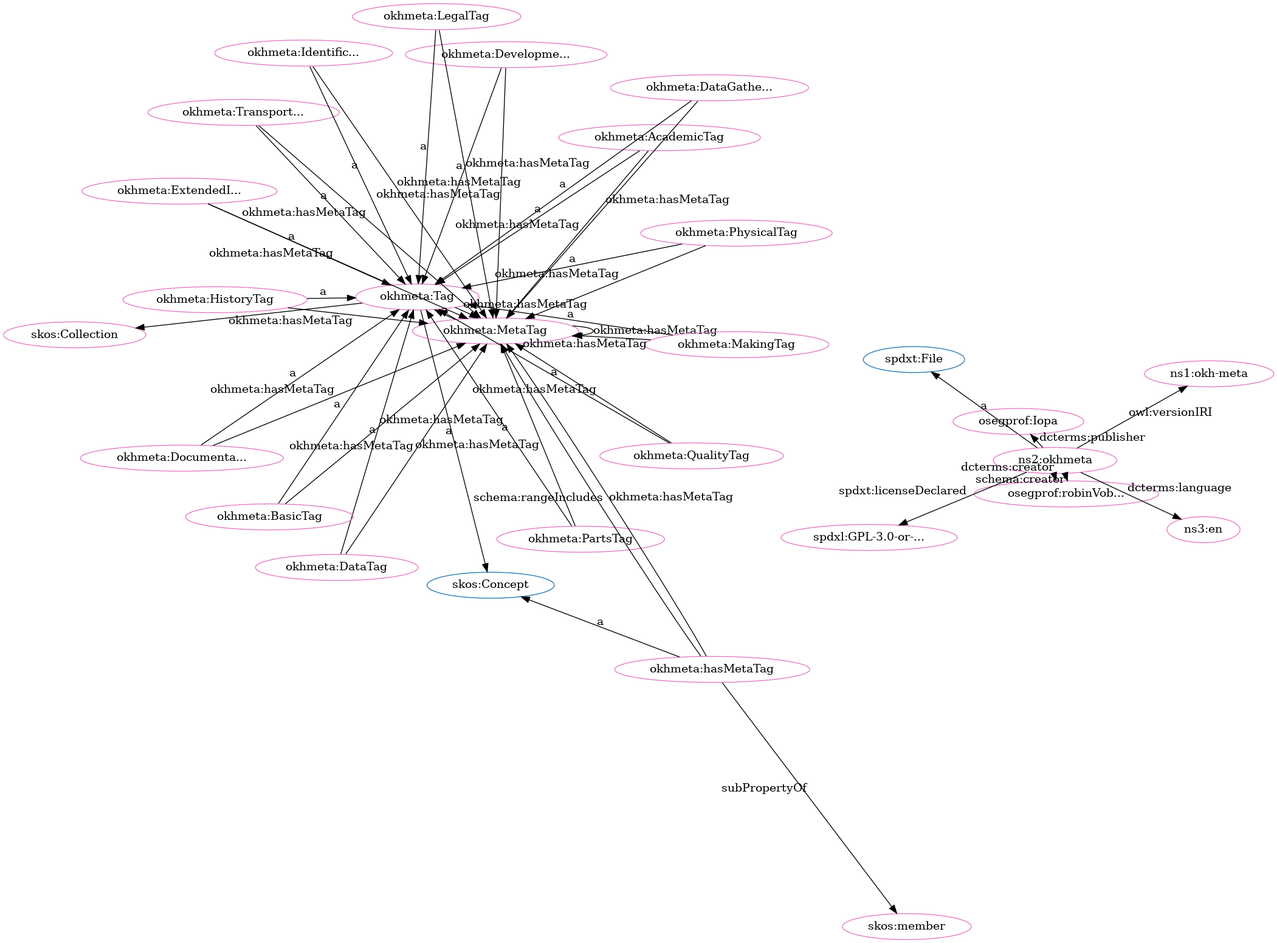
The Graphviz diagram src/spec/dot_okh-meta-clean.png in iop-alliance/OpenKnowHow, before a commit. Its source is kept beside it as src/spec/dot_okh-meta-clean.dot.
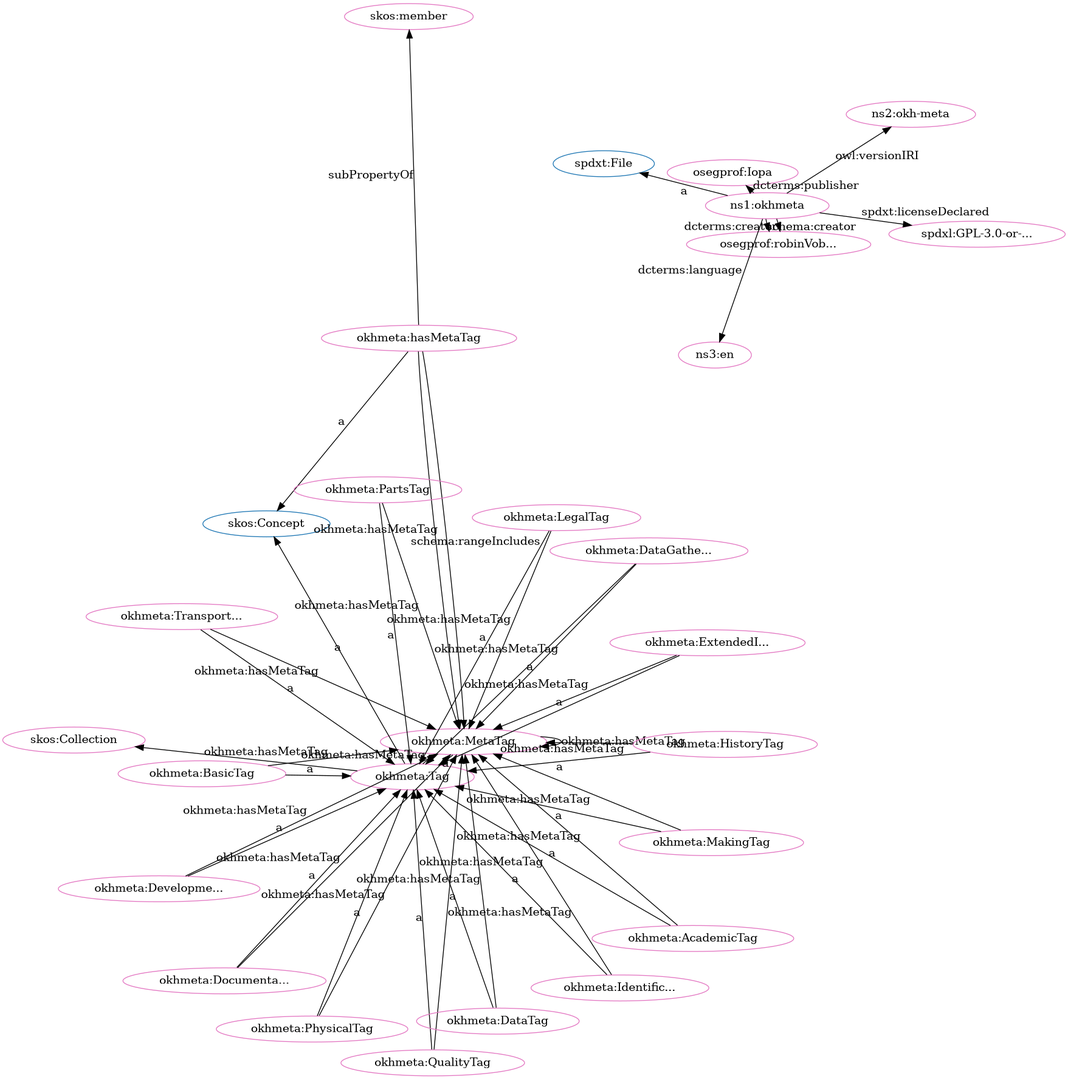
The same diagram one commit later.

Diff of the diagram source:
```diff
@@ -2,80 +2,80 @@
   rankdir=BT
   node[height=.3]
 "http://spdx.org/rdf/terms#File" [fillcolor="#1f77b4" color="#1f77b4" label="spdxt:File"]
+"https://w3id.org/oseg/ont/okhmeta#MetaTag" [fillcolor="#1f77b4" color="#1f77b4" label="okhmeta:MetaTag"]
+"http://www.w3.org/2004/02/skos/core#Collection" [fillcolor="#1f77b4" color="#1f77b4" label="skos:Collection"]
 "https://w3id.org/oseg/ont/okhmeta#Tag" [fillcolor="#1f77b4" color="#1f77b4" label="okhmeta:Tag"]
-"http://www.w3.org/2004/02/skos/core#Collection" [fillcolor="#1f77b4" color="#1f77b4" label="skos:Collection"]
 "http://www.w3.org/2004/02/skos/core#Concept" [fillcolor="#1f77b4" color="#1f77b4" label="skos:Concept"]
-"https://w3id.org/oseg/ont/okhmeta#MetaTag" [fillcolor="#1f77b4" color="#1f77b4" label="okhmeta:MetaTag"]
-"https://w3id.org/oseg/ont/okhmeta#MakingTag" [fillcolor="#e377c2" color="#e377c2" label="okhmeta:MakingTag"]
-"https://w3id.org/oseg/ont/okhmeta#HistoryTag" [fillcolor="#e377c2" color="#e377c2" label="okhmeta:HistoryTag"]
-"https://w3id.org/oseg/ont/okhmeta#DataTag" [fillcolor="#e377c2" color="#e377c2" label="okhmeta:DataTag"]
+"https://w3id.org/oseg/ont/okhmeta#LegalTag" [fillcolor="#e377c2" color="#e377c2" label="okhmeta:LegalTag"]
+"https://w3id.org/oseg/ont/oseg-profiles#robinVobruba" [fillcolor="#e377c2" color="#e377c2" label="osegprof:robinVob..."]
+"https://w3id.org/oseg/ont/okhmeta#MetaTag" [fillcolor="#e377c2" color="#e377c2" label="okhmeta:MetaTag"]
+"https://w3id.org/oseg/ont/okhmeta#hasMetaTag" [fillcolor="#e377c2" color="#e377c2" label="okhmeta:hasMetaTag"]
+"https://w3id.org/oseg/ont/okhmeta" [fillcolor="#e377c2" color="#e377c2" label="ns1:okhmeta"]
+"https://w3id.org/oseg/ont/okhmeta#PhysicalTag" [fillcolor="#e377c2" color="#e377c2" label="okhmeta:PhysicalTag"]
+"https://w3id.org/oseg/ont/okhmeta#PartsTag" [fillcolor="#e377c2" color="#e377c2" label="okhmeta:PartsTag"]
 "https://w3id.org/oseg/ont/okhmeta#QualityTag" [fillcolor="#e377c2" color="#e377c2" label="okhmeta:QualityTag"]
-"https://w3id.org/oseg/ont/okhmeta#MetaTag" [fillcolor="#e377c2" color="#e377c2" label="okhmeta:MetaTag"]
-"https://w3id.org/oseg/ont/1.1.0/okh-meta" [fillcolor="#e377c2" color="#e377c2" label="ns1:okh-meta"]
-"https://w3id.org/oseg/ont/oseg-profiles#robinVobruba" [fillcolor="#e377c2" color="#e377c2" label="osegprof:robinVob..."]
-"https://w3id.org/oseg/ont/okhmeta#BasicTag" [fillcolor="#e377c2" color="#e377c2" label="okhmeta:BasicTag"]
-"https://w3id.org/oseg/ont/okhmeta#PhysicalTag" [fillcolor="#e377c2" color="#e377c2" label="okhmeta:PhysicalTag"]
 "http://www.w3.org/2004/02/skos/core#Collection" [fillcolor="#e377c2" color="#e377c2" label="skos:Collection"]
 "https://w3id.org/oseg/ont/okhmeta#DocumentationTag" [fillcolor="#e377c2" color="#e377c2" label="okhmeta:Documenta..."]
+"http://www.w3.org/2004/02/skos/core#member" [fillcolor="#e377c2" color="#e377c2" label="skos:member"]
+"https://w3id.org/oseg/ont/oseg-profiles#Iopa" [fillcolor="#e377c2" color="#e377c2" label="osegprof:Iopa"]
+"https://w3id.org/oseg/ont/okhmeta#DataTag" [fillcolor="#e377c2" color="#e377c2" label="okhmeta:DataTag"]
+"https://w3id.org/oseg/ont/okhmeta#Tag" [fillcolor="#e377c2" color="#e377c2" label="okhmeta:Tag"]
+"https://spdx.org/licenses/GPL-3.0-or-later" [fillcolor="#e377c2" color="#e377c2" label="spdxl:GPL-3.0-or-..."]
+"https://w3id.org/oseg/ont/okhmeta#ExtendedInfoTag" [fillcolor="#e377c2" color="#e377c2" label="okhmeta:ExtendedI..."]
 "https://w3id.org/oseg/ont/okhmeta#TransportationTag" [fillcolor="#e377c2" color="#e377c2" label="okhmeta:Transport..."]
-"https://w3id.org/oseg/ont/okhmeta#PartsTag" [fillcolor="#e377c2" color="#e377c2" label="okhmeta:PartsTag"]
+"https://w3id.org/oseg/ont/okhmeta#DataGatheringTag" [fillcolor="#e377c2" color="#e377c2" label="okhmeta:DataGathe..."]
 "https://w3id.org/oseg/ont/okhmeta#AcademicTag" [fillcolor="#e377c2" color="#e377c2" label="okhmeta:AcademicTag"]
+"https://w3id.org/oseg/ont/1.1.0/okh-meta" [fillcolor="#e377c2" color="#e377c2" label="ns2:okh-meta"]
+"https://w3id.org/oseg/ont/okhmeta#MakingTag" [fillcolor="#e377c2" color="#e377c2" label="okhmeta:MakingTag"]
+"http://id.loc.gov/vocabulary/iso639-1/en" [fillcolor="#e377c2" color="#e377c2" label="ns3:en"]
+"https://w3id.org/oseg/ont/okhmeta#BasicTag" [fillcolor="#e377c2" color="#e377c2" label="okhmeta:BasicTag"]
+"https://w3id.org/oseg/ont/okhmeta#IdentificationTag" [fillcolor="#e377c2" color="#e377c2" label="okhmeta:Identific..."]
 "https://w3id.org/oseg/ont/okhmeta#DevelopmentTag" [fillcolor="#e377c2" color="#e377c2" label="okhmeta:Developme..."]
-"https://w3id.org/oseg/ont/okhmeta#ExtendedInfoTag" [fillcolor="#e377c2" color="#e377c2" label="okhmeta:ExtendedI..."]
-"https://w3id.org/oseg/ont/okhmeta#hasMetaTag" [fillcolor="#e377c2" color="#e377c2" label="okhmeta:hasMetaTag"]
-"https://w3id.org/oseg/ont/okhmeta" [fillcolor="#e377c2" color="#e377c2" label="ns2:okhmeta"]
-"http://www.w3.org/2004/02/skos/core#member" [fillcolor="#e377c2" color="#e377c2" label="skos:member"]
-"https://w3id.org/oseg/ont/okhmeta#DataGatheringTag" [fillcolor="#e377c2" color="#e377c2" label="okhmeta:DataGathe..."]
-"http://id.loc.gov/vocabulary/iso639-1/en" [fillcolor="#e377c2" color="#e377c2" label="ns3:en"]
-"https://w3id.org/oseg/ont/okhmeta#LegalTag" [fillcolor="#e377c2" color="#e377c2" label="okhmeta:LegalTag"]
-"https://w3id.org/oseg/ont/okhmeta#Tag" [fillcolor="#e377c2" color="#e377c2" label="okhmeta:Tag"]
-"https://w3id.org/oseg/ont/oseg-profiles#Iopa" [fillcolor="#e377c2" color="#e377c2" label="osegprof:Iopa"]
-"https://spdx.org/licenses/GPL-3.0-or-later" [fillcolor="#e377c2" color="#e377c2" label="spdxl:GPL-3.0-or-..."]
-"https://w3id.org/oseg/ont/okhmeta#IdentificationTag" [fillcolor="#e377c2" color="#e377c2" label="okhmeta:Identific..."]
-  "https://w3id.org/oseg/ont/okhmeta#MakingTag" -> "https://w3id.org/oseg/ont/okhmeta#Tag" [label="a"]
-  "https://w3id.org/oseg/ont/okhmeta#DataTag" -> "https://w3id.org/oseg/ont/okhmeta#Tag" [label="a"]
+"https://w3id.org/oseg/ont/okhmeta#HistoryTag" [fillcolor="#e377c2" color="#e377c2" label="okhmeta:HistoryTag"]
+  "https://w3id.org/oseg/ont/okhmeta#LegalTag" -> "https://w3id.org/oseg/ont/okhmeta#Tag" [label="a"]
+  "https://w3id.org/oseg/ont/okhmeta" -> "https://w3id.org/oseg/ont/oseg-profiles#robinVobruba" [label="dcterms:creator"]
+  "https://w3id.org/oseg/ont/okhmeta" -> "https://w3id.org/oseg/ont/oseg-profiles#robinVobruba" [label="schema:creator"]
+  "https://w3id.org/oseg/ont/okhmeta#hasMetaTag" -> "http://www.w3.org/2004/02/skos/core#Concept" [label="a"]
+  "https://w3id.org/oseg/ont/okhmeta#IdentificationTag" -> "https://w3id.org/oseg/ont/okhmeta#MetaTag" [label="okhmeta:hasMetaTag"]
   "https://w3id.org/oseg/ont/okhmeta#QualityTag" -> "https://w3id.org/oseg/ont/okhmeta#Tag" [label="a"]
-  "https://w3id.org/oseg/ont/okhmeta#BasicTag" -> "https://w3id.org/oseg/ont/okhmeta#Tag" [label="a"]
+  "https://w3id.org/oseg/ont/okhmeta#MetaTag" -> "https://w3id.org/oseg/ont/okhmeta#Tag" [label="a"]
+  "https://w3id.org/oseg/ont/okhmeta#Tag" -> "http://www.w3.org/2004/02/skos/core#Collection" [label=""]
+  "https://w3id.org/oseg/ont/okhmeta#hasMetaTag" -> "http://www.w3.org/2004/02/skos/core#member" [label="subPropertyOf"]
+  "https://w3id.org/oseg/ont/okhmeta#hasMetaTag" -> "https://w3id.org/oseg/ont/okhmeta#MetaTag" [label="schema:rangeIncludes"]
+  "https://w3id.org/oseg/ont/okhmeta" -> "https://w3id.org/oseg/ont/oseg-profiles#Iopa" [label="dcterms:publisher"]
+  "https://w3id.org/oseg/ont/okhmeta" -> "https://spdx.org/licenses/GPL-3.0-or-later" [label="spdxt:licenseDeclared"]
+  "https://w3id.org/oseg/ont/okhmeta#ExtendedInfoTag" -> "https://w3id.org/oseg/ont/okhmeta#Tag" [label="a"]
+  "https://w3id.org/oseg/ont/okhmeta#DevelopmentTag" -> "https://w3id.org/oseg/ont/okhmeta#MetaTag" [label="okhmeta:hasMetaTag"]
+  "https://w3id.org/oseg/ont/okhmeta#HistoryTag" -> "https://w3id.org/oseg/ont/okhmeta#MetaTag" [label="okhmeta:hasMetaTag"]
+  "https://w3id.org/oseg/ont/okhmeta#DataGatheringTag" -> "https://w3id.org/oseg/ont/okhmeta#Tag" [label="a"]
+  "https://w3id.org/oseg/ont/okhmeta#AcademicTag" -> "https://w3id.org/oseg/ont/okhmeta#Tag" [label="a"]
+  "https://w3id.org/oseg/ont/okhmeta#PhysicalTag" -> "https://w3id.org/oseg/ont/okhmeta#MetaTag" [label="okhmeta:hasMetaTag"]
+  "https://w3id.org/oseg/ont/okhmeta#AcademicTag" -> "https://w3id.org/oseg/ont/okhmeta#MetaTag" [label="okhmeta:hasMetaTag"]
+  "https://w3id.org/oseg/ont/okhmeta#DevelopmentTag" -> "https://w3id.org/oseg/ont/okhmeta#Tag" [label="a"]
+  "https://w3id.org/oseg/ont/okhmeta#HistoryTag" -> "https://w3id.org/oseg/ont/okhmeta#Tag" [label="a"]
+  "https://w3id.org/oseg/ont/okhmeta#DataGatheringTag" -> "https://w3id.org/oseg/ont/okhmeta#MetaTag" [label="okhmeta:hasMetaTag"]
+  "https://w3id.org/oseg/ont/okhmeta" -> "http://spdx.org/rdf/terms#File" [label="a"]
   "https://w3id.org/oseg/ont/okhmeta#PhysicalTag" -> "https://w3id.org/oseg/ont/okhmeta#Tag" [label="a"]
-  "https://w3id.org/oseg/ont/okhmeta#Tag" -> "http://www.w3.org/2004/02/skos/core#Collection" [label=""]
+  "https://w3id.org/oseg/ont/okhmeta#PartsTag" -> "https://w3id.org/oseg/ont/okhmeta#Tag" [label="a"]
+  "https://w3id.org/oseg/ont/okhmeta#Tag" -> "https://w3id.org/oseg/ont/okhmeta#MetaTag" [label="okhmeta:hasMetaTag"]
   "https://w3id.org/oseg/ont/okhmeta#PartsTag" -> "https://w3id.org/oseg/ont/okhmeta#MetaTag" [label="okhmeta:hasMetaTag"]
-  "https://w3id.org/oseg/ont/okhmeta#AcademicTag" -> "https://w3id.org/oseg/ont/okhmeta#MetaTag" [label="okhmeta:hasMetaTag"]
-  "https://w3id.org/oseg/ont/okhmeta#hasMetaTag" -> "https://w3id.org/oseg/ont/okhmeta#MetaTag" [label="schema:rangeIncludes"]
-  "https://w3id.org/oseg/ont/okhmeta#PartsTag" -> "https://w3id.org/oseg/ont/okhmeta#Tag" [label="a"]
-  "https://w3id.org/oseg/ont/okhmeta#AcademicTag" -> "https://w3id.org/oseg/ont/okhmeta#Tag" [label="a"]
-  "https://w3id.org/oseg/ont/okhmeta#IdentificationTag" -> "https://w3id.org/oseg/ont/okhmeta#MetaTag" [label="okhmeta:hasMetaTag"]
-  "https://w3id.org/oseg/ont/okhmeta#ExtendedInfoTag" -> "https://w3id.org/oseg/ont/okhmeta#Tag" [label="a"]
-  "https://w3id.org/oseg/ont/okhmeta#MakingTag" -> "https://w3id.org/oseg/ont/okhmeta#MetaTag" [label="okhmeta:hasMetaTag"]
   "https://w3id.org/oseg/ont/okhmeta#QualityTag" -> "https://w3id.org/oseg/ont/okhmeta#MetaTag" [label="okhmeta:hasMetaTag"]
-  "https://w3id.org/oseg/ont/okhmeta#DataGatheringTag" -> "https://w3id.org/oseg/ont/okhmeta#MetaTag" [label="okhmeta:hasMetaTag"]
-  "https://w3id.org/oseg/ont/okhmeta#BasicTag" -> "https://w3id.org/oseg/ont/okhmeta#MetaTag" [label="okhmeta:hasMetaTag"]
-  "https://w3id.org/oseg/ont/okhmeta#hasMetaTag" -> "http://www.w3.org/2004/02/skos/core#member" [label="subPropertyOf"]
-  "https://w3id.org/oseg/ont/okhmeta#DataGatheringTag" -> "https://w3id.org/oseg/ont/okhmeta#Tag" [label="a"]
-  "https://w3id.org/oseg/ont/okhmeta#MetaTag" -> "https://w3id.org/oseg/ont/okhmeta#MetaTag" [label="okhmeta:hasMetaTag"]
-  "https://w3id.org/oseg/ont/okhmeta#Tag" -> "http://www.w3.org/2004/02/skos/core#Concept" [label="a"]
-  "https://w3id.org/oseg/ont/okhmeta#ExtendedInfoTag" -> "https://w3id.org/oseg/ont/okhmeta#MetaTag" [label="okhmeta:hasMetaTag"]
-  "https://w3id.org/oseg/ont/okhmeta" -> "http://spdx.org/rdf/terms#File" [label="a"]
-  "https://w3id.org/oseg/ont/okhmeta" -> "https://spdx.org/licenses/GPL-3.0-or-later" [label="spdxt:licenseDeclared"]
-  "https://w3id.org/oseg/ont/okhmeta#HistoryTag" -> "https://w3id.org/oseg/ont/okhmeta#Tag" [label="a"]
-  "https://w3id.org/oseg/ont/okhmeta#DocumentationTag" -> "https://w3id.org/oseg/ont/okhmeta#MetaTag" [label="okhmeta:hasMetaTag"]
-  "https://w3id.org/oseg/ont/okhmeta" -> "https://w3id.org/oseg/ont/1.1.0/okh-meta" [label="owl:versionIRI"]
-  "https://w3id.org/oseg/ont/okhmeta" -> "https://w3id.org/oseg/ont/oseg-profiles#robinVobruba" [label="schema:creator"]
-  "https://w3id.org/oseg/ont/okhmeta#Tag" -> "https://w3id.org/oseg/ont/okhmeta#MetaTag" [label="okhmeta:hasMetaTag"]
   "https://w3id.org/oseg/ont/okhmeta#TransportationTag" -> "https://w3id.org/oseg/ont/okhmeta#MetaTag" [label="okhmeta:hasMetaTag"]
   "https://w3id.org/oseg/ont/okhmeta#DocumentationTag" -> "https://w3id.org/oseg/ont/okhmeta#Tag" [label="a"]
-  "https://w3id.org/oseg/ont/okhmeta#DevelopmentTag" -> "https://w3id.org/oseg/ont/okhmeta#MetaTag" [label="okhmeta:hasMetaTag"]
-  "https://w3id.org/oseg/ont/okhmeta#MetaTag" -> "https://w3id.org/oseg/ont/okhmeta#Tag" [label="a"]
+  "https://w3id.org/oseg/ont/okhmeta#DocumentationTag" -> "https://w3id.org/oseg/ont/okhmeta#MetaTag" [label="okhmeta:hasMetaTag"]
+  "https://w3id.org/oseg/ont/okhmeta#BasicTag" -> "https://w3id.org/oseg/ont/okhmeta#MetaTag" [label="okhmeta:hasMetaTag"]
+  "https://w3id.org/oseg/ont/okhmeta#DataTag" -> "https://w3id.org/oseg/ont/okhmeta#Tag" [label="a"]
+  "https://w3id.org/oseg/ont/okhmeta#Tag" -> "http://www.w3.org/2004/02/skos/core#Concept" [label="a"]
+  "https://w3id.org/oseg/ont/okhmeta#LegalTag" -> "https://w3id.org/oseg/ont/okhmeta#MetaTag" [label="okhmeta:hasMetaTag"]
   "https://w3id.org/oseg/ont/okhmeta#TransportationTag" -> "https://w3id.org/oseg/ont/okhmeta#Tag" [label="a"]
+  "https://w3id.org/oseg/ont/okhmeta#DataTag" -> "https://w3id.org/oseg/ont/okhmeta#MetaTag" [label="okhmeta:hasMetaTag"]
   "https://w3id.org/oseg/ont/okhmeta#hasMetaTag" -> "https://w3id.org/oseg/ont/okhmeta#MetaTag" [label="okhmeta:hasMetaTag"]
-  "https://w3id.org/oseg/ont/okhmeta#DevelopmentTag" -> "https://w3id.org/oseg/ont/okhmeta#Tag" [label="a"]
-  "https://w3id.org/oseg/ont/okhmeta#hasMetaTag" -> "http://www.w3.org/2004/02/skos/core#Concept" [label="a"]
-  "https://w3id.org/oseg/ont/okhmeta#LegalTag" -> "https://w3id.org/oseg/ont/okhmeta#MetaTag" [label="okhmeta:hasMetaTag"]
-  "https://w3id.org/oseg/ont/okhmeta#HistoryTag" -> "https://w3id.org/oseg/ont/okhmeta#MetaTag" [label="okhmeta:hasMetaTag"]
-  "https://w3id.org/oseg/ont/okhmeta#PhysicalTag" -> "https://w3id.org/oseg/ont/okhmeta#MetaTag" [label="okhmeta:hasMetaTag"]
-  "https://w3id.org/oseg/ont/okhmeta" -> "https://w3id.org/oseg/ont/oseg-profiles#robinVobruba" [label="dcterms:creator"]
+  "https://w3id.org/oseg/ont/okhmeta#ExtendedInfoTag" -> "https://w3id.org/oseg/ont/okhmeta#MetaTag" [label="okhmeta:hasMetaTag"]
+  "https://w3id.org/oseg/ont/okhmeta" -> "https://w3id.org/oseg/ont/1.1.0/okh-meta" [label="owl:versionIRI"]
+  "https://w3id.org/oseg/ont/okhmeta#MakingTag" -> "https://w3id.org/oseg/ont/okhmeta#Tag" [label="a"]
   "https://w3id.org/oseg/ont/okhmeta" -> "http://id.loc.gov/vocabulary/iso639-1/en" [label="dcterms:language"]
-  "https://w3id.org/oseg/ont/okhmeta#LegalTag" -> "https://w3id.org/oseg/ont/okhmeta#Tag" [label="a"]
-  "https://w3id.org/oseg/ont/okhmeta" -> "https://w3id.org/oseg/ont/oseg-profiles#Iopa" [label="dcterms:publisher"]
-  "https://w3id.org/oseg/ont/okhmeta#DataTag" -> "https://w3id.org/oseg/ont/okhmeta#MetaTag" [label="okhmeta:hasMetaTag"]
+  "https://w3id.org/oseg/ont/okhmeta#BasicTag" -> "https://w3id.org/oseg/ont/okhmeta#Tag" [label="a"]
   "https://w3id.org/oseg/ont/okhmeta#IdentificationTag" -> "https://w3id.org/oseg/ont/okhmeta#Tag" [label="a"]
+  "https://w3id.org/oseg/ont/okhmeta#MetaTag" -> "https://w3id.org/oseg/ont/okhmeta#MetaTag" [label="okhmeta:hasMetaTag"]
+  "https://w3id.org/oseg/ont/okhmeta#MakingTag" -> "https://w3id.org/oseg/ont/okhmeta#MetaTag" [label="okhmeta:hasMetaTag"]
 }
```
